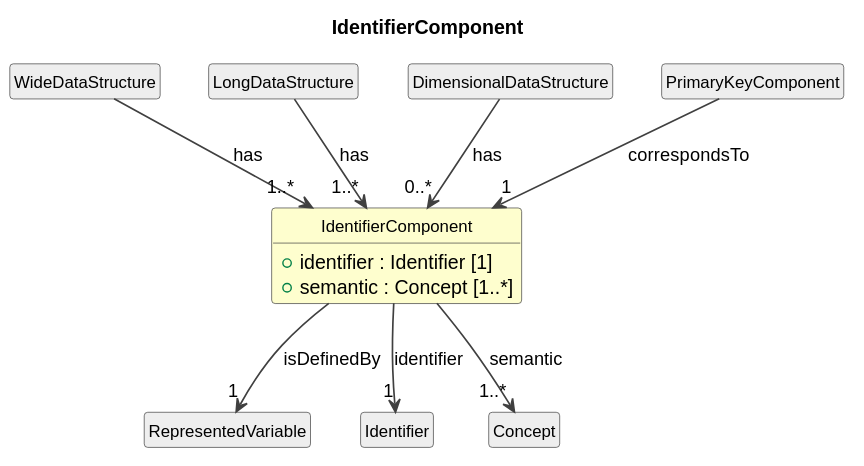
Earlier version of the PlantUML export cdif-uml-model/_plantuml/cdifDataStructure/Classes/IdentifierComponent.svg (Cross-Domain-Interoperability-Framework/metadataBuildingBlocks).
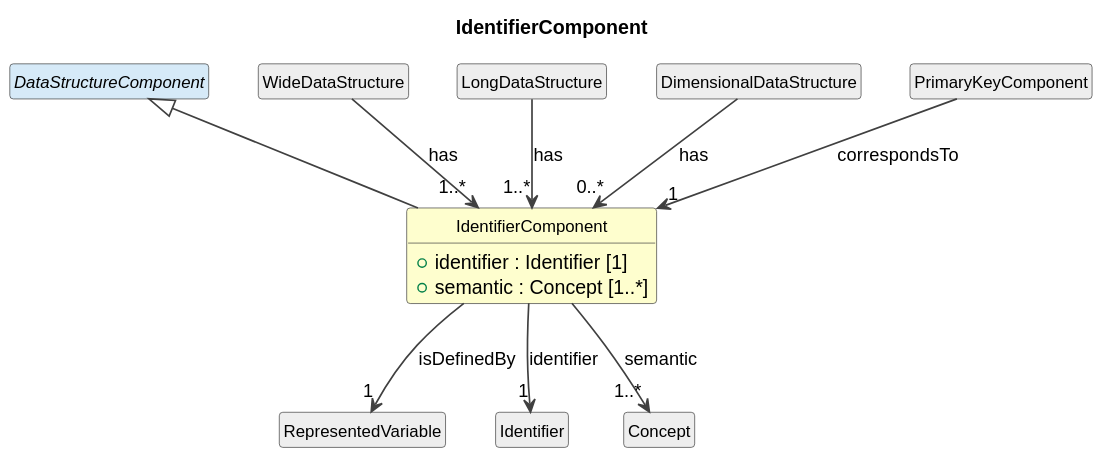
After the change.

What changed in the source:
```diff
@@ -14,6 +14,8 @@
   +identifier : Identifier [1]
   +semantic : Concept [1..*]
 }
+abstract class "DataStructureComponent" as DataStructureComponent #D6EAF8
+DataStructureComponent <|-- IdentifierComponent
 class "WideDataStructure" as WideDataStructure #EEEEEE
 WideDataStructure --> "1..*" IdentifierComponent : has
 class "LongDataStructure" as LongDataStructure #EEEEEE
```
